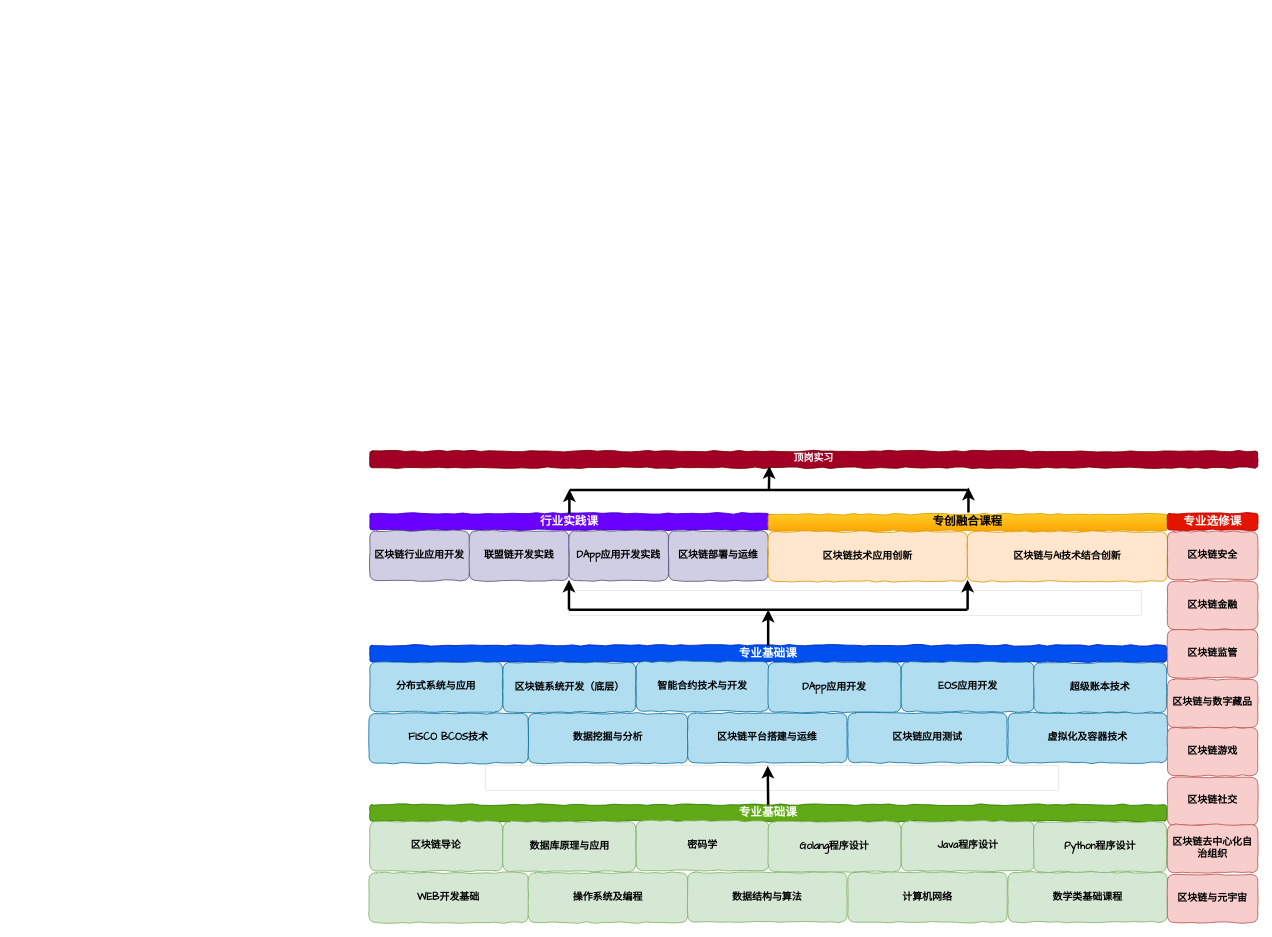
Above: 区块链本科人培.drawio in luuuuo/luuuuo_content (draw.io), before the change. Source tidied: cells renumbered, new cells numbered last; positions are measured from the earlier drawing's top-left corner, leaving out a move shared by most shapes. Both pictures are drawn from the tidied source at 83%, with x=0, y=0 at pixel (369, 451).
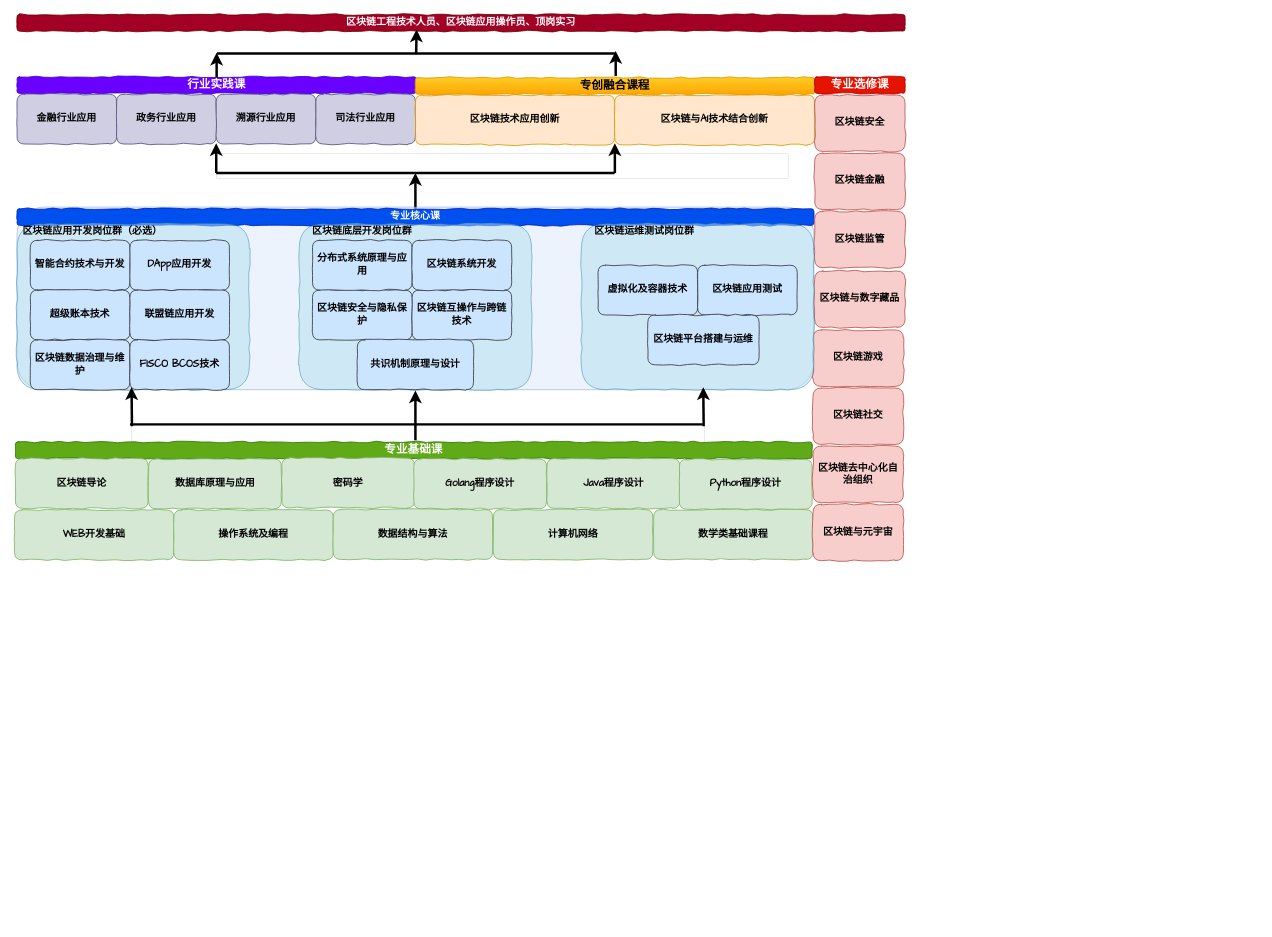
After the change.

Commit message:
更新区块链本科人培.drawio

The change refers to these unchanged cells:
```xml
<mxCell id="24" value="&lt;font style=&quot;font-size: 14px;&quot;&gt;专业基础课&lt;br&gt;&lt;/font&gt;" style="rounded=1;whiteSpace=wrap;html=1;comic=1;fillColor=#60a917;strokeColor=#2D7600;fontColor=#FFFFFF;fontFamily=Comic Sans MS;fontStyle=1;" parent="23" vertex="1">
  <mxGeometry y="-1" width="960" height="20" as="geometry" />
</mxCell>
```

Change to the diagram source:
```diff
@@
     <mxCell id="2" style="group;dashed=1;dashPattern=8 8;strokeWidth=0;strokeColor=default;" parent="1" vertex="1">
-      <mxGeometry x="141" y="379" width="690" height="30" as="geometry" />
+      <mxGeometry x="-286" y="-31" width="690" height="30" as="geometry" />
     </mxCell>
     <mxCell id="3" style="group;" parent="1" vertex="1">
-      <mxGeometry x="1" y="75" width="481" height="81" as="geometry" />
+      <mxGeometry x="-424" y="-451" width="481" height="81" as="geometry" />
     </mxCell>
@@
-    <mxCell id="5" value="&lt;div&gt;区块链行业应用开发&lt;/div&gt;" style="rounded=1;whiteSpace=wrap;html=1;comic=1;fontFamily=Comic Sans MS;fillColor=#d0cee2;strokeColor=#56517e;fontStyle=1;" parent="3" vertex="1">
+    <mxCell id="5" value="&lt;div&gt;金融行业应用&lt;/div&gt;" style="rounded=1;whiteSpace=wrap;html=1;comic=1;fontFamily=Comic Sans MS;fillColor=#d0cee2;strokeColor=#56517e;fontStyle=1;" parent="3" vertex="1">
       <mxGeometry y="21" width="120" height="60" as="geometry" />
     </mxCell>
-    <mxCell id="6" value="联盟链开发实践" style="rounded=1;whiteSpace=wrap;html=1;comic=1;fontFamily=Comic Sans MS;fillColor=#d0cee2;strokeColor=#56517e;fontStyle=1;" parent="3" vertex="1">
+    <mxCell id="6" value="政务行业应用" style="rounded=1;whiteSpace=wrap;html=1;comic=1;fontFamily=Comic Sans MS;fillColor=#d0cee2;strokeColor=#56517e;fontStyle=1;" parent="3" vertex="1">
       <mxGeometry x="120" y="21" width="120" height="60" as="geometry" />
     </mxCell>
-    <mxCell id="7" value="DApp应用开发实践" style="rounded=1;whiteSpace=wrap;html=1;comic=1;fontFamily=Comic Sans MS;fillColor=#d0cee2;strokeColor=#56517e;fontStyle=1;" parent="3" vertex="1">
+    <mxCell id="7" value="溯源行业应用" style="rounded=1;whiteSpace=wrap;html=1;comic=1;fontFamily=Comic Sans MS;fillColor=#d0cee2;strokeColor=#56517e;fontStyle=1;" parent="3" vertex="1">
       <mxGeometry x="240" y="21" width="120" height="60" as="geometry" />
     </mxCell>
-    <mxCell id="8" value="&lt;div&gt;区块链部署与运维&lt;/div&gt;" style="rounded=1;whiteSpace=wrap;html=1;comic=1;fontFamily=Comic Sans MS;fillColor=#d0cee2;strokeColor=#56517e;fontStyle=1;" parent="3" vertex="1">
+    <mxCell id="8" value="司法行业应用" style="rounded=1;whiteSpace=wrap;html=1;comic=1;fontFamily=Comic Sans MS;fillColor=#d0cee2;strokeColor=#56517e;fontStyle=1;" parent="3" vertex="1">
       <mxGeometry x="360" y="21" width="120" height="60" as="geometry" />
     </mxCell>
     <mxCell id="9" style="group;" parent="1" vertex="1">
-      <mxGeometry x="481" y="76" width="481" height="81" as="geometry" />
+      <mxGeometry x="56" y="-450" width="481" height="81" as="geometry" />
     </mxCell>
@@
     <mxCell id="13" style="group;dashed=1;dashPattern=8 8;strokeWidth=0;strokeColor=default;" parent="1" vertex="1">
-      <mxGeometry x="241" y="168" width="690" height="30" as="geometry" />
+      <mxGeometry x="-184" y="-358" width="690" height="30" as="geometry" />
     </mxCell>
     <mxCell id="14" value="&lt;font style=&quot;font-size: 14px;&quot;&gt;专业选修课&lt;br&gt;&lt;/font&gt;" style="rounded=1;whiteSpace=wrap;html=1;comic=1;fillColor=#e51400;strokeColor=#B20000;fontFamily=Comic Sans MS;fontStyle=1;fontColor=#ffffff;" parent="1" vertex="1">
-      <mxGeometry x="962" y="75" width="109" height="20" as="geometry" />
+      <mxGeometry x="537" y="-451" width="109" height="20" as="geometry" />
     </mxCell>
     <mxCell id="15" value="&lt;div&gt;区块链安全&lt;/div&gt;" style="rounded=1;whiteSpace=wrap;html=1;comic=1;fontFamily=Comic Sans MS;fillColor=#f8cecc;strokeColor=#b85450;fontStyle=1;" parent="1" vertex="1">
-      <mxGeometry x="962" y="97" width="109" height="58" as="geometry" />
+      <mxGeometry x="537" y="-429" width="109" height="68" as="geometry" />
     </mxCell>
-    <mxCell id="16" value="顶岗实习" style="rounded=1;whiteSpace=wrap;html=1;comic=1;fillColor=#a20025;strokeColor=#6F0000;fontFamily=Comic Sans MS;fontStyle=1;fontColor=#ffffff;" parent="1" vertex="1">
-      <mxGeometry x="1" width="1070" height="20" as="geometry" />
+    <mxCell id="16" value="区块链工程技术人员、区块链应用操作员、顶岗实习" style="rounded=1;whiteSpace=wrap;html=1;comic=1;fillColor=#a20025;strokeColor=#6F0000;fontFamily=Comic Sans MS;fontStyle=1;fontColor=#ffffff;" parent="1" vertex="1">
+      <mxGeometry x="-424" y="-526" width="1070" height="20" as="geometry" />
     </mxCell>
     <mxCell id="17" style="group;" parent="1" vertex="1">
-      <mxGeometry x="242" width="480.3" height="60" as="geometry" />
+      <mxGeometry x="-183" y="-526" width="480.3" height="60" as="geometry" />
     </mxCell>
@@
     <mxCell id="20" style="endArrow=classic;html=1;rounded=0;exitX=0.5;exitY=0;exitDx=0;exitDy=0;strokeWidth=3;" parent="1" edge="1">
       <mxGeometry relative="1" as="geometry">
-        <mxPoint x="481.9" y="48" as="sourcePoint" />
-        <mxPoint x="482.4" y="18" as="targetPoint" />
+        <mxPoint x="56.9" y="-478" as="sourcePoint" />
+        <mxPoint x="57.4" y="-508" as="targetPoint" />
       </mxGeometry>
     </mxCell>
     <mxCell id="21" style="endArrow=classic;html=1;rounded=0;strokeWidth=3;" parent="1" edge="1">
       <mxGeometry relative="1" as="geometry">
-        <mxPoint x="241.5" y="76" as="sourcePoint" />
-        <mxPoint x="241.5" y="46" as="targetPoint" />
+        <mxPoint x="-183.5" y="-450" as="sourcePoint" />
+        <mxPoint x="-183.5" y="-480" as="targetPoint" />
       </mxGeometry>
     </mxCell>
     <mxCell id="22" style="group;" parent="1" vertex="1">
-      <mxGeometry y="427" width="962" height="141" as="geometry" />
+      <mxGeometry x="-427" y="-10" width="962" height="141" as="geometry" />
     </mxCell>
@@
-    <mxCell id="36" style="endArrow=classic;html=1;rounded=0;exitX=0.5;exitY=0;exitDx=0;exitDy=0;strokeWidth=3;" parent="1" edge="1" source="24">
+    <mxCell id="36" style="endArrow=classic;html=1;rounded=0;strokeWidth=3;" parent="1" edge="1">
       <mxGeometry relative="1" as="geometry">
-        <mxPoint x="480.5" y="379" as="targetPoint" />
+        <mxPoint x="56" y="-13" as="sourcePoint" />
+        <mxPoint x="56" y="-73" as="targetPoint" />
       </mxGeometry>
     </mxCell>
-    <mxCell id="37" style="group;" parent="1" vertex="1">
-      <mxGeometry x="1" y="235" width="960" height="80" as="geometry" />
-    </mxCell>
-    <mxCell id="38" value="&lt;font style=&quot;font-size: 14px;&quot;&gt;专业基础课&lt;br&gt;&lt;/font&gt;" style="rounded=1;whiteSpace=wrap;html=1;comic=1;fillColor=#0050ef;strokeColor=#001DBC;fontColor=#ffffff;fontFamily=Comic Sans MS;fontStyle=1;" parent="37" vertex="1">
-      <mxGeometry y="-1" width="960" height="20" as="geometry" />
-    </mxCell>
-    <mxCell id="39" value="FISCO BCOS技术" style="rounded=1;whiteSpace=wrap;html=1;comic=1;fontFamily=Comic Sans MS;fillColor=#b1ddf0;strokeColor=#10739e;fontStyle=1;" parent="1" vertex="1">
-      <mxGeometry y="316" width="192" height="60" as="geometry" />
-    </mxCell>
-    <mxCell id="40" value="数据挖掘与分析" style="rounded=1;whiteSpace=wrap;html=1;comic=1;fontFamily=Comic Sans MS;fillColor=#b1ddf0;strokeColor=#10739e;fontStyle=1;" parent="1" vertex="1">
-      <mxGeometry x="192" y="316" width="192" height="60" as="geometry" />
-    </mxCell>
-    <mxCell id="41" value="区块链平台搭建与运维" style="rounded=1;whiteSpace=wrap;html=1;comic=1;fontFamily=Comic Sans MS;fillColor=#b1ddf0;strokeColor=#10739e;fontStyle=1;" parent="1" vertex="1">
-      <mxGeometry x="384" y="315.5" width="192" height="60" as="geometry" />
-    </mxCell>
-    <mxCell id="42" value="区块链应用测试" style="rounded=1;whiteSpace=wrap;html=1;comic=1;fontFamily=Comic Sans MS;fillColor=#b1ddf0;strokeColor=#10739e;fontStyle=1;" parent="1" vertex="1">
-      <mxGeometry x="577" y="315.5" width="192" height="60" as="geometry" />
-    </mxCell>
-    <mxCell id="43" value="虚拟化及容器技术" style="rounded=1;whiteSpace=wrap;html=1;comic=1;fontFamily=Comic Sans MS;fillColor=#b1ddf0;strokeColor=#10739e;fontStyle=1;" parent="1" vertex="1">
-      <mxGeometry x="770" y="315.5" width="192" height="60" as="geometry" />
-    </mxCell>
-    <mxCell id="44" value="分布式系统与应用" style="rounded=1;whiteSpace=wrap;html=1;comic=1;fontFamily=Comic Sans MS;fillColor=#b1ddf0;strokeColor=#10739e;fontStyle=1;" parent="1" vertex="1">
-      <mxGeometry x="1" y="254" width="160" height="60" as="geometry" />
-    </mxCell>
-    <mxCell id="45" value="区块链系统开发（底层）" style="rounded=1;whiteSpace=wrap;html=1;comic=1;fontFamily=Comic Sans MS;fillColor=#b1ddf0;strokeColor=#10739e;fontStyle=1;" parent="1" vertex="1">
-      <mxGeometry x="161.5" y="254.5" width="160" height="60" as="geometry" />
-    </mxCell>
-    <mxCell id="46" value="智能合约技术与开发" style="rounded=1;whiteSpace=wrap;html=1;comic=1;fontFamily=Comic Sans MS;fillColor=#b1ddf0;strokeColor=#10739e;fontStyle=1;" parent="1" vertex="1">
-      <mxGeometry x="322" y="253.5" width="160" height="60" as="geometry" />
-    </mxCell>
-    <mxCell id="47" value="DApp应用开发" style="rounded=1;whiteSpace=wrap;html=1;comic=1;fontFamily=Comic Sans MS;fillColor=#b1ddf0;strokeColor=#10739e;fontStyle=1;" parent="1" vertex="1">
-      <mxGeometry x="481" y="254.5" width="160" height="60" as="geometry" />
-    </mxCell>
-    <mxCell id="48" value="EOS应用开发" style="rounded=1;whiteSpace=wrap;html=1;comic=1;fontFamily=Comic Sans MS;fillColor=#b1ddf0;strokeColor=#10739e;fontStyle=1;" parent="1" vertex="1">
-      <mxGeometry x="641.5" y="254" width="160" height="60" as="geometry" />
-    </mxCell>
-    <mxCell id="49" value="超级账本技术" style="rounded=1;whiteSpace=wrap;html=1;comic=1;fontFamily=Comic Sans MS;fillColor=#b1ddf0;strokeColor=#10739e;fontStyle=1;" parent="1" vertex="1">
-      <mxGeometry x="801" y="255" width="160" height="60" as="geometry" />
-    </mxCell>
-    <mxCell id="50" style="endArrow=classic;html=1;rounded=0;strokeWidth=3;exitX=0.5;exitY=0;exitDx=0;exitDy=0;" parent="1" edge="1" source="38">
+    <mxCell id="50" style="endArrow=classic;html=1;rounded=0;strokeWidth=3;exitX=0.5;exitY=0;exitDx=0;exitDy=0;" parent="1" edge="1">
       <mxGeometry relative="1" as="geometry">
-        <mxPoint x="481" y="191" as="targetPoint" />
+        <mxPoint x="56" y="-292" as="sourcePoint" />
+        <mxPoint x="56" y="-335" as="targetPoint" />
       </mxGeometry>
     </mxCell>
     <mxCell id="51" style="endArrow=classic;html=1;rounded=0;strokeWidth=3;" parent="1" edge="1">
       <mxGeometry relative="1" as="geometry">
-        <mxPoint x="241" y="191" as="sourcePoint" />
-        <mxPoint x="241" y="155" as="targetPoint" />
+        <mxPoint x="-184" y="-335" as="sourcePoint" />
+        <mxPoint x="-184" y="-371" as="targetPoint" />
       </mxGeometry>
     </mxCell>
     <mxCell id="52" style="endArrow=classic;html=1;rounded=0;strokeWidth=3;" parent="1" edge="1">
       <mxGeometry relative="1" as="geometry">
-        <mxPoint x="721.3" y="191" as="sourcePoint" />
-        <mxPoint x="721.3" y="155" as="targetPoint" />
+        <mxPoint x="296.3" y="-335" as="sourcePoint" />
+        <mxPoint x="296.3" y="-371" as="targetPoint" />
       </mxGeometry>
     </mxCell>
     <mxCell id="53" style="endArrow=none;html=1;rounded=0;strokeWidth=3;" parent="1" edge="1">
       <mxGeometry relative="1" as="geometry">
-        <mxPoint x="241" y="191" as="sourcePoint" />
-        <mxPoint x="721" y="191" as="targetPoint" />
+        <mxPoint x="-184" y="-335" as="sourcePoint" />
+        <mxPoint x="296" y="-335" as="targetPoint" />
       </mxGeometry>
     </mxCell>
     <mxCell id="54" value="&lt;div&gt;区块链金融&lt;/div&gt;" style="rounded=1;whiteSpace=wrap;html=1;comic=1;fontFamily=Comic Sans MS;fillColor=#f8cecc;strokeColor=#b85450;fontStyle=1;" parent="1" vertex="1">
-      <mxGeometry x="962" y="157" width="109" height="58" as="geometry" />
+      <mxGeometry x="537" y="-359" width="109" height="68" as="geometry" />
     </mxCell>
     <mxCell id="55" value="&lt;div&gt;区块链监管&lt;/div&gt;" style="rounded=1;whiteSpace=wrap;html=1;comic=1;fontFamily=Comic Sans MS;fillColor=#f8cecc;strokeColor=#b85450;fontStyle=1;" parent="1" vertex="1">
-      <mxGeometry x="962" y="215" width="109" height="58" as="geometry" />
+      <mxGeometry x="537" y="-289" width="109" height="68" as="geometry" />
     </mxCell>
     <mxCell id="56" value="&lt;div&gt;区块链与数字藏品&lt;/div&gt;" style="rounded=1;whiteSpace=wrap;html=1;comic=1;fontFamily=Comic Sans MS;fillColor=#f8cecc;strokeColor=#b85450;fontStyle=1;" parent="1" vertex="1">
-      <mxGeometry x="962" y="275" width="109" height="58" as="geometry" />
+      <mxGeometry x="537" y="-217" width="109" height="68" as="geometry" />
     </mxCell>
     <mxCell id="57" value="&lt;div&gt;区块链游戏&lt;/div&gt;" style="rounded=1;whiteSpace=wrap;html=1;comic=1;fontFamily=Comic Sans MS;fillColor=#f8cecc;strokeColor=#b85450;fontStyle=1;" parent="1" vertex="1">
-      <mxGeometry x="962" y="333" width="109" height="58" as="geometry" />
+      <mxGeometry x="535" y="-146" width="109" height="68" as="geometry" />
     </mxCell>
     <mxCell id="58" value="&lt;div&gt;区块链社交&lt;/div&gt;" style="rounded=1;whiteSpace=wrap;html=1;comic=1;fontFamily=Comic Sans MS;fillColor=#f8cecc;strokeColor=#b85450;fontStyle=1;" parent="1" vertex="1">
-      <mxGeometry x="962" y="393" width="109" height="58" as="geometry" />
+      <mxGeometry x="535" y="-76" width="109" height="68" as="geometry" />
     </mxCell>
     <mxCell id="59" value="&lt;div&gt;区块链去中心化自治组织&lt;/div&gt;" style="rounded=1;whiteSpace=wrap;html=1;comic=1;fontFamily=Comic Sans MS;fillColor=#f8cecc;strokeColor=#b85450;fontStyle=1;" parent="1" vertex="1">
-      <mxGeometry x="962" y="450" width="109" height="58" as="geometry" />
+      <mxGeometry x="535" y="-6" width="109" height="68" as="geometry" />
     </mxCell>
     <mxCell id="60" value="&lt;div&gt;区块链与元宇宙&lt;/div&gt;" style="rounded=1;whiteSpace=wrap;html=1;comic=1;fontFamily=Comic Sans MS;fillColor=#f8cecc;strokeColor=#b85450;fontStyle=1;" parent="1" vertex="1">
-      <mxGeometry x="962" y="510" width="109" height="58" as="geometry" />
+      <mxGeometry x="535" y="64" width="109" height="68" as="geometry" />
     </mxCell>
+    <mxCell id="61" style="group;rounded=1;" parent="1" vertex="1">
+      <mxGeometry x="-424" y="-294" width="960" height="220" as="geometry" />
+    </mxCell>
+    <mxCell id="62" style="rounded=1;whiteSpace=wrap;html=1;opacity=50;fillColor=#dae8fc;strokeColor=#6c8ebf;glass=0;" parent="61" vertex="1">
+      <mxGeometry width="960" height="220" as="geometry" />
+    </mxCell>
+    <mxCell id="63" value="专业核心课" style="rounded=1;whiteSpace=wrap;html=1;comic=1;fillColor=#0050ef;strokeColor=#001DBC;fontColor=#FFFFFF;fontFamily=Comic Sans MS;fontStyle=1;" parent="61" vertex="1">
+      <mxGeometry y="2" width="960" height="20" as="geometry" />
+    </mxCell>
+    <mxCell id="64" style="rounded=1;whiteSpace=wrap;html=1;comic=1;fontFamily=Comic Sans MS;fillColor=#b1ddf0;strokeColor=#10739e;fontColor=#FFFFFF;fontStyle=1;opacity=50;" parent="61" vertex="1">
+      <mxGeometry y="20" width="280" height="200" as="geometry" />
+    </mxCell>
+    <mxCell id="65" value="区块链应用开发岗位群（必选）" style="text;html=1;strokeColor=none;fillColor=none;align=center;verticalAlign=middle;whiteSpace=wrap;rounded=0;fontFamily=Comic Sans MS;fontColor=#000000;fontStyle=1;" parent="61" vertex="1">
+      <mxGeometry x="6" y="20" width="170" height="20" as="geometry" />
+    </mxCell>
+    <mxCell id="46" value="&lt;div&gt;智能合约技术与开发&lt;/div&gt;" style="rounded=1;whiteSpace=wrap;html=1;comic=1;fontFamily=Comic Sans MS;fillColor=#cce5ff;strokeColor=#36393d;fontStyle=1;" parent="61" vertex="1">
+      <mxGeometry x="16" y="40" width="120" height="60" as="geometry" />
+    </mxCell>
+    <mxCell id="47" value="&lt;div&gt;DApp应用开发&lt;/div&gt;" style="rounded=1;whiteSpace=wrap;html=1;comic=1;fontFamily=Comic Sans MS;fillColor=#cce5ff;strokeColor=#36393d;fontStyle=1;" parent="61" vertex="1">
+      <mxGeometry x="136" y="40" width="120" height="60" as="geometry" />
+    </mxCell>
+    <mxCell id="49" value="&lt;div&gt;超级账本技术&lt;/div&gt;" style="rounded=1;whiteSpace=wrap;html=1;comic=1;fontFamily=Comic Sans MS;fillColor=#cce5ff;strokeColor=#36393d;fontStyle=1;" parent="61" vertex="1">
+      <mxGeometry x="16" y="100" width="120" height="60" as="geometry" />
+    </mxCell>
+    <mxCell id="66" value="联盟链应用开发" style="rounded=1;whiteSpace=wrap;html=1;comic=1;fontFamily=Comic Sans MS;fillColor=#cce5ff;strokeColor=#36393d;fontStyle=1;" parent="61" vertex="1">
+      <mxGeometry x="136" y="100" width="120" height="60" as="geometry" />
+    </mxCell>
+    <mxCell id="67" style="rounded=1;whiteSpace=wrap;html=1;comic=1;fontFamily=Comic Sans MS;fillColor=#b1ddf0;strokeColor=#10739e;fontColor=#FFFFFF;fontStyle=1;opacity=50;" parent="61" vertex="1">
+      <mxGeometry x="340" y="20" width="280" height="200" as="geometry" />
+    </mxCell>
+    <mxCell id="68" value="区块链底层开发岗位群" style="text;html=1;strokeColor=none;fillColor=none;align=center;verticalAlign=middle;whiteSpace=wrap;rounded=0;fontFamily=Comic Sans MS;fontColor=#000000;fontStyle=1;" parent="61" vertex="1">
+      <mxGeometry x="346" y="20" width="140" height="20" as="geometry" />
+    </mxCell>
+    <mxCell id="69" value="&lt;div&gt;区块链安全与隐私保护&lt;/div&gt;" style="rounded=1;whiteSpace=wrap;html=1;comic=1;fontFamily=Comic Sans MS;fillColor=#cce5ff;strokeColor=#36393d;fontStyle=1;" parent="61" vertex="1">
+      <mxGeometry x="356" y="100" width="120" height="60" as="geometry" />
+    </mxCell>
+    <mxCell id="70" value="&lt;div&gt;区块链互操作与跨链技术&lt;/div&gt;" style="rounded=1;whiteSpace=wrap;html=1;comic=1;fontFamily=Comic Sans MS;fillColor=#cce5ff;strokeColor=#36393d;fontStyle=1;" parent="61" vertex="1">
+      <mxGeometry x="476" y="100" width="120" height="60" as="geometry" />
+    </mxCell>
+    <mxCell id="71" style="rounded=1;whiteSpace=wrap;html=1;comic=1;fontFamily=Comic Sans MS;fillColor=#b1ddf0;strokeColor=#10739e;fontColor=#FFFFFF;fontStyle=1;opacity=50;" parent="61" vertex="1">
+      <mxGeometry x="680" y="20" width="280" height="200" as="geometry" />
+    </mxCell>
+    <mxCell id="72" value="区块链运维测试岗位群" style="text;html=1;strokeColor=none;fillColor=none;align=center;verticalAlign=middle;whiteSpace=wrap;rounded=0;fontFamily=Comic Sans MS;fontColor=#000000;fontStyle=1;" parent="61" vertex="1">
+      <mxGeometry x="686" y="20" width="140" height="20" as="geometry" />
+    </mxCell>
+    <mxCell id="43" value="&lt;div&gt;虚拟化及容器技术&lt;/div&gt;" style="rounded=1;whiteSpace=wrap;html=1;comic=1;fontFamily=Comic Sans MS;fillColor=#cce5ff;strokeColor=#36393d;fontStyle=1;" parent="61" vertex="1">
+      <mxGeometry x="700" y="70" width="120" height="60" as="geometry" />
+    </mxCell>
+    <mxCell id="42" value="&lt;div&gt;区块链应用测试&lt;/div&gt;" style="rounded=1;whiteSpace=wrap;html=1;comic=1;fontFamily=Comic Sans MS;fillColor=#cce5ff;strokeColor=#36393d;fontStyle=1;" parent="61" vertex="1">
+      <mxGeometry x="820" y="70" width="120" height="60" as="geometry" />
+    </mxCell>
+    <mxCell id="41" value="&lt;div&gt;区块链平台搭建与运维&lt;/div&gt;" style="rounded=1;whiteSpace=wrap;html=1;comic=1;fontFamily=Comic Sans MS;fillColor=#cce5ff;strokeColor=#36393d;fontStyle=1;" parent="61" vertex="1">
+      <mxGeometry x="760" y="130" width="134" height="60" as="geometry" />
+    </mxCell>
+    <mxCell id="73" value="&lt;div&gt;分布式系统原理与应用&lt;/div&gt;" style="rounded=1;whiteSpace=wrap;html=1;comic=1;fontFamily=Comic Sans MS;fillColor=#cce5ff;strokeColor=#36393d;fontStyle=1;" parent="61" vertex="1">
+      <mxGeometry x="356" y="40" width="120" height="60" as="geometry" />
+    </mxCell>
+    <mxCell id="74" value="&lt;div&gt;区块链系统开发&lt;/div&gt;" style="rounded=1;whiteSpace=wrap;html=1;comic=1;fontFamily=Comic Sans MS;fillColor=#cce5ff;strokeColor=#36393d;fontStyle=1;" parent="61" vertex="1">
+      <mxGeometry x="476" y="40" width="120" height="60" as="geometry" />
+    </mxCell>
+    <mxCell id="75" value="&lt;div&gt;共识机制原理与设计&lt;/div&gt;" style="rounded=1;whiteSpace=wrap;html=1;comic=1;fontFamily=Comic Sans MS;fillColor=#cce5ff;strokeColor=#36393d;fontStyle=1;" parent="61" vertex="1">
+      <mxGeometry x="410" y="160" width="140" height="60" as="geometry" />
+    </mxCell>
+    <mxCell id="76" value="&lt;div&gt;区块链数据治理与维护&lt;/div&gt;" style="rounded=1;whiteSpace=wrap;html=1;comic=1;fontFamily=Comic Sans MS;fillColor=#cce5ff;strokeColor=#36393d;fontStyle=1;" parent="61" vertex="1">
+      <mxGeometry x="16" y="160" width="120" height="60" as="geometry" />
+    </mxCell>
+    <mxCell id="39" value="&lt;div&gt;FISCO BCOS技术&lt;/div&gt;" style="rounded=1;whiteSpace=wrap;html=1;comic=1;fontFamily=Comic Sans MS;fillColor=#cce5ff;strokeColor=#36393d;fontStyle=1;" parent="61" vertex="1">
+      <mxGeometry x="136" y="160" width="120" height="60" as="geometry" />
+    </mxCell>
+    <mxCell id="77" style="endArrow=none;html=1;rounded=0;strokeWidth=3;" parent="1" edge="1">
+      <mxGeometry relative="1" as="geometry">
+        <mxPoint x="-287.9" y="-32.2" as="sourcePoint" />
+        <mxPoint x="402.1" y="-32.2" as="targetPoint" />
+      </mxGeometry>
+    </mxCell>
+    <mxCell id="78" style="endArrow=classic;html=1;rounded=0;exitX=0.5;exitY=0;exitDx=0;exitDy=0;strokeWidth=3;" parent="1" edge="1">
+      <mxGeometry relative="1" as="geometry">
+        <mxPoint x="-285.5" y="-30" as="sourcePoint" />
+        <mxPoint x="-286" y="-77" as="targetPoint" />
+      </mxGeometry>
+    </mxCell>
+    <mxCell id="79" style="endArrow=classic;html=1;rounded=0;exitX=0.5;exitY=0;exitDx=0;exitDy=0;strokeWidth=3;" parent="1" edge="1">
+      <mxGeometry relative="1" as="geometry">
+        <mxPoint x="403.3" y="-30" as="sourcePoint" />
+        <mxPoint x="402.8" y="-77" as="targetPoint" />
+      </mxGeometry>
+    </mxCell>
```
